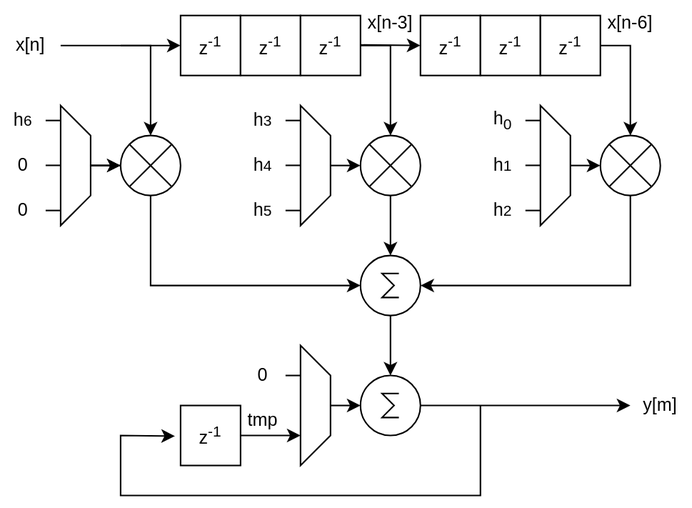
This is assets/polyphase/polyphase-delay_input_multiply_in_fast_domain.drawio.svg from tomverbeure/tomverbeure.github.io, a draw.io export, as it was before one commit. Source tidied: cells renumbered, new cells last; positions are measured from the earlier drawing's top-left corner, leaving out a move shared by most shapes.
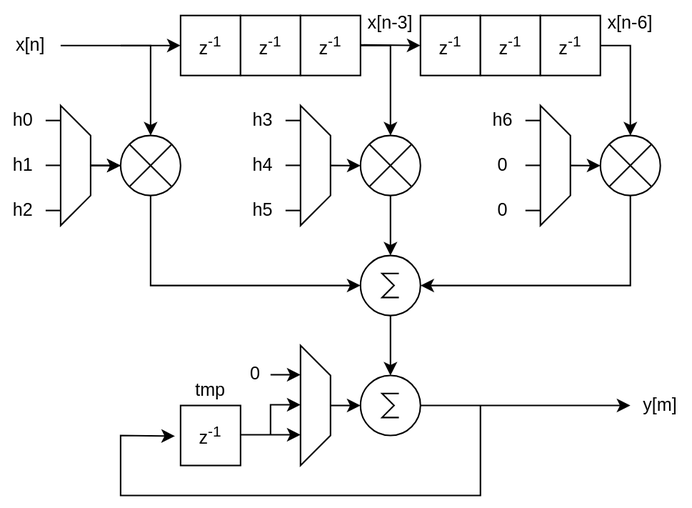
Above is the later version.

The edit, as a diff of the source:
```diff
@@ -101,13 +101,13 @@
         <mxPoint x="360" y="140" as="targetPoint" />
       </mxGeometry>
     </mxCell>
-    <mxCell id="22" value="h&lt;sub&gt;0&lt;/sub&gt;" style="text;html=1;strokeColor=none;fillColor=none;align=center;verticalAlign=middle;whiteSpace=wrap;rounded=0;" parent="1" vertex="1">
+    <mxCell id="22" value="h6" style="text;html=1;strokeColor=none;fillColor=none;align=center;verticalAlign=middle;whiteSpace=wrap;rounded=0;" parent="1" vertex="1">
       <mxGeometry x="320" y="70" width="30" height="20" as="geometry" />
     </mxCell>
-    <mxCell id="23" value="h&lt;span style=&quot;font-size: 10px;&quot;&gt;1&lt;/span&gt;" style="text;html=1;strokeColor=none;fillColor=none;align=center;verticalAlign=middle;whiteSpace=wrap;rounded=0;" parent="1" vertex="1">
+    <mxCell id="23" value="0" style="text;html=1;strokeColor=none;fillColor=none;align=center;verticalAlign=middle;whiteSpace=wrap;rounded=0;" parent="1" vertex="1">
       <mxGeometry x="320" y="100" width="30" height="20" as="geometry" />
     </mxCell>
-    <mxCell id="24" value="h&lt;span style=&quot;font-size: 10px;&quot;&gt;2&lt;/span&gt;" style="text;html=1;strokeColor=none;fillColor=none;align=center;verticalAlign=middle;whiteSpace=wrap;rounded=0;" parent="1" vertex="1">
+    <mxCell id="24" value="0" style="text;html=1;strokeColor=none;fillColor=none;align=center;verticalAlign=middle;whiteSpace=wrap;rounded=0;" parent="1" vertex="1">
       <mxGeometry x="320" y="130" width="30" height="20" as="geometry" />
     </mxCell>
     <mxCell id="25" style="endArrow=none;html=1;rounded=0;entryX=0.25;entryY=1;entryDx=0;entryDy=0;" parent="1" edge="1">
@@ -128,13 +128,13 @@
         <mxPoint x="200" y="140" as="targetPoint" />
       </mxGeometry>
     </mxCell>
-    <mxCell id="28" value="h&lt;span style=&quot;font-size: 10px;&quot;&gt;3&lt;/span&gt;" style="text;html=1;strokeColor=none;fillColor=none;align=center;verticalAlign=middle;whiteSpace=wrap;rounded=0;" parent="1" vertex="1">
+    <mxCell id="28" value="h3" style="text;html=1;strokeColor=none;fillColor=none;align=center;verticalAlign=middle;whiteSpace=wrap;rounded=0;" parent="1" vertex="1">
       <mxGeometry x="160" y="70" width="30" height="20" as="geometry" />
     </mxCell>
-    <mxCell id="29" value="h&lt;span style=&quot;font-size: 10px;&quot;&gt;4&lt;/span&gt;" style="text;html=1;strokeColor=none;fillColor=none;align=center;verticalAlign=middle;whiteSpace=wrap;rounded=0;" parent="1" vertex="1">
+    <mxCell id="29" value="h4" style="text;html=1;strokeColor=none;fillColor=none;align=center;verticalAlign=middle;whiteSpace=wrap;rounded=0;" parent="1" vertex="1">
       <mxGeometry x="160" y="100" width="30" height="20" as="geometry" />
     </mxCell>
-    <mxCell id="30" value="h&lt;span style=&quot;font-size: 10px;&quot;&gt;5&lt;/span&gt;" style="text;html=1;strokeColor=none;fillColor=none;align=center;verticalAlign=middle;whiteSpace=wrap;rounded=0;" parent="1" vertex="1">
+    <mxCell id="30" value="h5" style="text;html=1;strokeColor=none;fillColor=none;align=center;verticalAlign=middle;whiteSpace=wrap;rounded=0;" parent="1" vertex="1">
       <mxGeometry x="160" y="130" width="30" height="20" as="geometry" />
     </mxCell>
     <mxCell id="31" style="endArrow=none;html=1;rounded=0;entryX=0.25;entryY=1;entryDx=0;entryDy=0;" parent="1" edge="1">
@@ -155,13 +155,13 @@
         <mxPoint x="40" y="140" as="targetPoint" />
       </mxGeometry>
     </mxCell>
-    <mxCell id="34" value="h&lt;span style=&quot;font-size: 10px;&quot;&gt;6&lt;/span&gt;" style="text;html=1;strokeColor=none;fillColor=none;align=center;verticalAlign=middle;whiteSpace=wrap;rounded=0;" parent="1" vertex="1">
+    <mxCell id="34" value="h0" style="text;html=1;strokeColor=none;fillColor=none;align=center;verticalAlign=middle;whiteSpace=wrap;rounded=0;" parent="1" vertex="1">
       <mxGeometry y="70" width="30" height="20" as="geometry" />
     </mxCell>
-    <mxCell id="35" value="0" style="text;html=1;strokeColor=none;fillColor=none;align=center;verticalAlign=middle;whiteSpace=wrap;rounded=0;" parent="1" vertex="1">
+    <mxCell id="35" value="h1" style="text;html=1;strokeColor=none;fillColor=none;align=center;verticalAlign=middle;whiteSpace=wrap;rounded=0;" parent="1" vertex="1">
       <mxGeometry y="100" width="30" height="20" as="geometry" />
     </mxCell>
-    <mxCell id="36" value="0" style="text;html=1;strokeColor=none;fillColor=none;align=center;verticalAlign=middle;whiteSpace=wrap;rounded=0;" parent="1" vertex="1">
+    <mxCell id="36" value="h2" style="text;html=1;strokeColor=none;fillColor=none;align=center;verticalAlign=middle;whiteSpace=wrap;rounded=0;" parent="1" vertex="1">
       <mxGeometry y="130" width="30" height="20" as="geometry" />
     </mxCell>
     <mxCell id="37" value="x[n-3]" style="text;html=1;strokeColor=none;fillColor=none;align=center;verticalAlign=middle;whiteSpace=wrap;rounded=0;" parent="1" vertex="1">
@@ -198,20 +198,6 @@
     <mxCell id="44" style="shape=trapezoid;perimeter=trapezoidPerimeter;whiteSpace=wrap;html=1;fixedSize=1;rotation=90;" parent="1" vertex="1">
       <mxGeometry x="170" y="260" width="80" height="20" as="geometry" />
     </mxCell>
-    <mxCell id="45" style="endArrow=none;html=1;rounded=0;entryX=0.25;entryY=1;entryDx=0;entryDy=0;" parent="1" edge="1">
-      <mxGeometry relative="1" as="geometry">
-        <mxPoint x="190" y="250" as="sourcePoint" />
-        <mxPoint x="200" y="250" as="targetPoint" />
-      </mxGeometry>
-    </mxCell>
-    <mxCell id="46" value="0" style="text;html=1;strokeColor=none;fillColor=none;align=center;verticalAlign=middle;whiteSpace=wrap;rounded=0;" parent="1" vertex="1">
-      <mxGeometry x="160" y="240" width="30" height="20" as="geometry" />
-    </mxCell>
-    <mxCell id="47" style="endArrow=classic;html=1;rounded=0;exitX=1;exitY=0.5;exitDx=0;exitDy=0;exitPerimeter=0;entryX=0.75;entryY=1;entryDx=0;entryDy=0;" parent="1" edge="1" target="44">
-      <mxGeometry relative="1" as="geometry">
-        <mxPoint x="160" y="290" as="sourcePoint" />
-      </mxGeometry>
-    </mxCell>
     <mxCell id="48" style="endArrow=classic;html=1;rounded=0;exitX=0.5;exitY=0;exitDx=0;exitDy=0;entryX=0;entryY=0.5;entryDx=0;entryDy=0;entryPerimeter=0;" parent="1" edge="1" source="44" target="42">
       <mxGeometry relative="1" as="geometry" />
     </mxCell>
@@ -252,11 +238,35 @@
     <mxCell id="57" value="z&lt;sup&gt;-1&lt;/sup&gt;" style="whiteSpace=wrap;html=1;" parent="1" vertex="1">
       <mxGeometry x="120" y="270" width="40" height="40" as="geometry" />
     </mxCell>
+    <mxCell id="59" value="y[m]" style="text;html=1;strokeColor=none;fillColor=none;align=center;verticalAlign=middle;whiteSpace=wrap;rounded=0;" parent="1" vertex="1">
+      <mxGeometry x="420" y="255" width="40" height="30" as="geometry" />
+    </mxCell>
+    <mxCell id="46" value="0" style="text;html=1;strokeColor=none;fillColor=none;align=center;verticalAlign=middle;whiteSpace=wrap;rounded=0;" parent="1" vertex="1">
+      <mxGeometry x="160" y="239.5" width="20" height="20" as="geometry" />
+    </mxCell>
+    <mxCell id="60" style="endArrow=classic;html=1;rounded=0;exitX=1;exitY=0.5;exitDx=0;exitDy=0;exitPerimeter=0;entryX=0.75;entryY=1;entryDx=0;entryDy=0;" parent="1" edge="1">
+      <mxGeometry relative="1" as="geometry">
+        <mxPoint x="160" y="289.5" as="sourcePoint" />
+        <mxPoint x="200" y="289.5" as="targetPoint" />
+      </mxGeometry>
+    </mxCell>
+    <mxCell id="61" style="endArrow=classic;html=1;rounded=0;entryX=0.5;entryY=1;entryDx=0;entryDy=0;" parent="1" edge="1">
+      <mxGeometry relative="1" as="geometry">
+        <mxPoint x="180" y="289.5" as="sourcePoint" />
+        <mxPoint x="200" y="269.5" as="targetPoint" />
+        <Array as="points">
+          <mxPoint x="180" y="269.5" />
+        </Array>
+      </mxGeometry>
+    </mxCell>
+    <mxCell id="62" style="endArrow=classic;html=1;rounded=0;entryX=0.75;entryY=1;entryDx=0;entryDy=0;" parent="1" edge="1">
+      <mxGeometry relative="1" as="geometry">
+        <mxPoint x="180" y="249.5" as="sourcePoint" />
+        <mxPoint x="200" y="249.5" as="targetPoint" />
+      </mxGeometry>
+    </mxCell>
     <mxCell id="58" value="tmp" style="text;html=1;strokeColor=none;fillColor=none;align=center;verticalAlign=middle;whiteSpace=wrap;rounded=0;" parent="1" vertex="1">
-      <mxGeometry x="160" y="270" width="30" height="20" as="geometry" />
+      <mxGeometry x="120" y="250" width="40" height="20" as="geometry" />
     </mxCell>
-    <mxCell id="59" value="y[m]" style="text;html=1;strokeColor=none;fillColor=none;align=center;verticalAlign=middle;whiteSpace=wrap;rounded=0;" parent="1" vertex="1">
-      <mxGeometry x="420" y="255" width="40" height="30" as="geometry" />
-    </mxCell>
   </root>
 </mxGraphModel>
```
